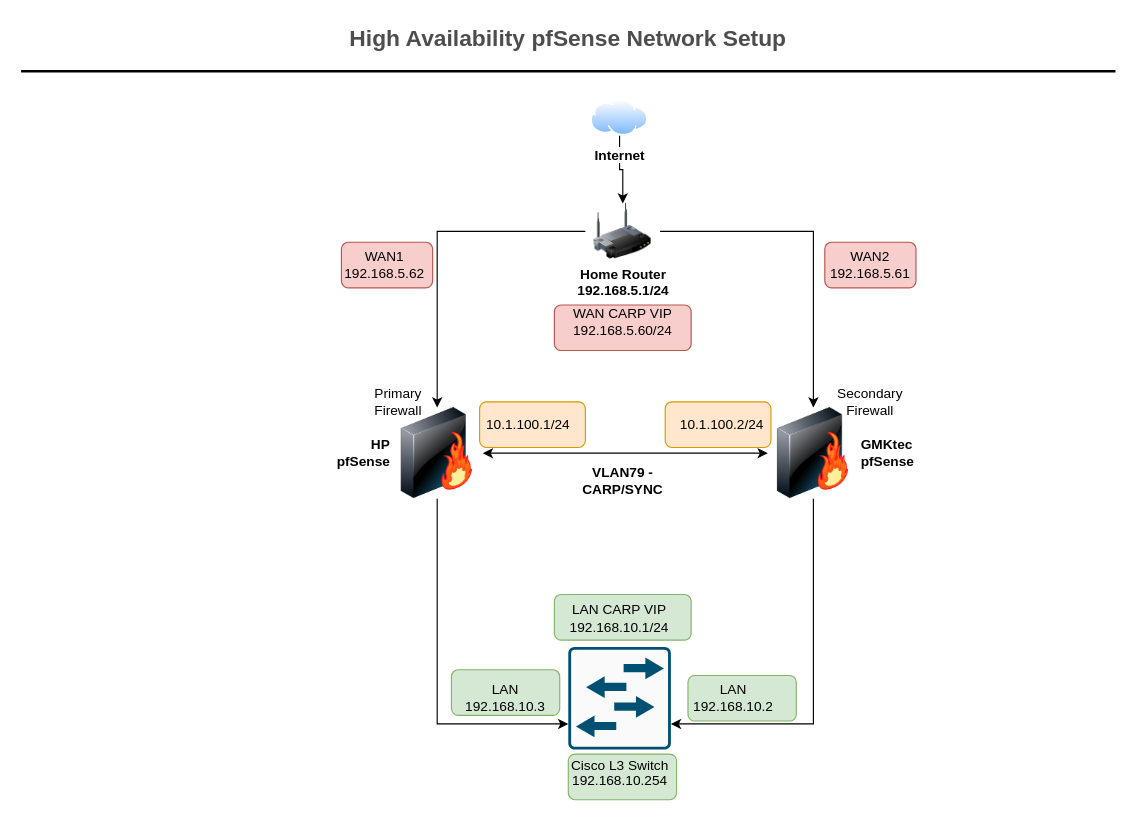
Earlier version of the draw.io diagram page "pfSense HA" (2 of 2) of Data/Current Simple Diagram.drawio (fahadshery/AnalyticsEdge). Source tidied: cells renumbered, new cells numbered last; positions are measured from the earlier drawing's top-left corner, leaving out a move shared by most shapes. Both pictures are drawn from the tidied source at 114%, with x=0, y=0 at pixel (21, 19).
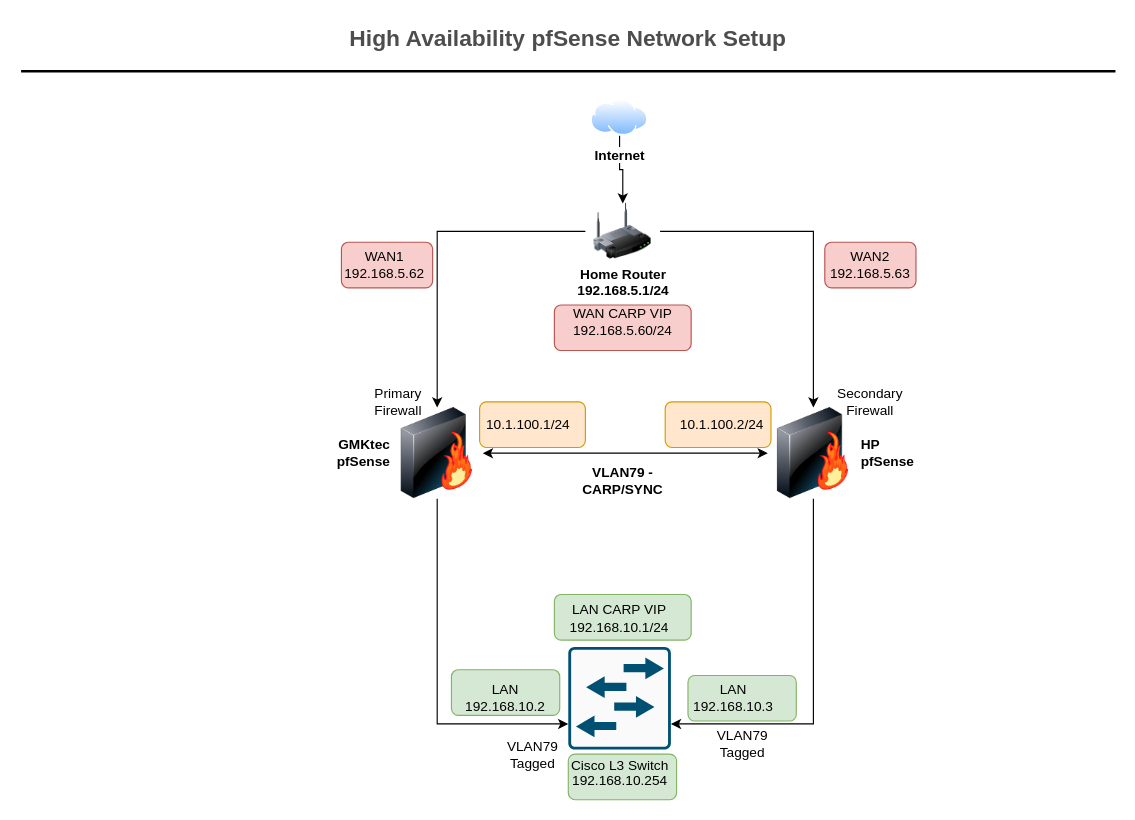
After the change.

What changed in the source:
```diff
@@
-    <mxCell id="20" value="HP&lt;br&gt;pfSense" style="image;html=1;image=img/lib/clip_art/networking/Firewall-page1_128x128.png;labelPosition=left;verticalLabelPosition=middle;align=right;verticalAlign=middle;fontStyle=1;" parent="1" vertex="1">
+    <mxCell id="20" value="GMKtec&lt;br&gt;pfSense" style="image;html=1;image=img/lib/clip_art/networking/Firewall-page1_128x128.png;labelPosition=left;verticalLabelPosition=middle;align=right;verticalAlign=middle;fontStyle=1;" parent="1" vertex="1">
       <mxGeometry x="325" y="340" width="80" height="80" as="geometry" />
     </mxCell>
-    <mxCell id="21" value="LAN 192.168.10.2" style="text;html=1;strokeColor=none;fillColor=none;align=center;verticalAlign=middle;whiteSpace=wrap;rounded=0;" parent="1" vertex="1">
+    <mxCell id="21" value="LAN 192.168.10.3" style="text;html=1;strokeColor=none;fillColor=none;align=center;verticalAlign=middle;whiteSpace=wrap;rounded=0;" parent="1" vertex="1">
       <mxGeometry x="595" y="580" width="60" height="30" as="geometry" />
     </mxCell>
-    <mxCell id="22" value="WAN2&lt;br&gt;192.168.5.61" style="text;html=1;strokeColor=none;fillColor=none;align=center;verticalAlign=middle;whiteSpace=wrap;rounded=0;" parent="1" vertex="1">
+    <mxCell id="22" value="WAN2&lt;br&gt;192.168.5.63" style="text;html=1;strokeColor=none;fillColor=none;align=center;verticalAlign=middle;whiteSpace=wrap;rounded=0;" parent="1" vertex="1">
       <mxGeometry x="715" y="200" width="60" height="30" as="geometry" />
     </mxCell>
-    <mxCell id="23" value="LAN 192.168.10.3" style="text;html=1;strokeColor=none;fillColor=none;align=center;verticalAlign=middle;whiteSpace=wrap;rounded=0;" parent="1" vertex="1">
+    <mxCell id="23" value="LAN 192.168.10.2" style="text;html=1;strokeColor=none;fillColor=none;align=center;verticalAlign=middle;whiteSpace=wrap;rounded=0;" parent="1" vertex="1">
       <mxGeometry x="395" y="580" width="60" height="30" as="geometry" />
     </mxCell>
-    <mxCell id="24" value="GMKtec&lt;br&gt;pfSense" style="image;html=1;image=img/lib/clip_art/networking/Firewall-page1_128x128.png;labelPosition=right;verticalLabelPosition=middle;align=left;verticalAlign=middle;fontStyle=1;" parent="1" vertex="1">
+    <mxCell id="24" value="HP&lt;br&gt;pfSense" style="image;html=1;image=img/lib/clip_art/networking/Firewall-page1_128x128.png;labelPosition=right;verticalLabelPosition=middle;align=left;verticalAlign=middle;fontStyle=1;" parent="1" vertex="1">
       <mxGeometry x="655" y="340" width="80" height="80" as="geometry" />
     </mxCell>
@@
+    <mxCell id="35" value="VLAN79 Tagged" style="text;html=1;strokeColor=none;fillColor=none;align=center;verticalAlign=middle;whiteSpace=wrap;rounded=0;" parent="1" vertex="1">
+      <mxGeometry x="602.5" y="620" width="60" height="30" as="geometry" />
+    </mxCell>
+    <mxCell id="36" value="VLAN79 Tagged" style="text;html=1;strokeColor=none;fillColor=none;align=center;verticalAlign=middle;whiteSpace=wrap;rounded=0;" parent="1" vertex="1">
+      <mxGeometry x="418.6" y="630" width="60" height="30" as="geometry" />
+    </mxCell>
```
